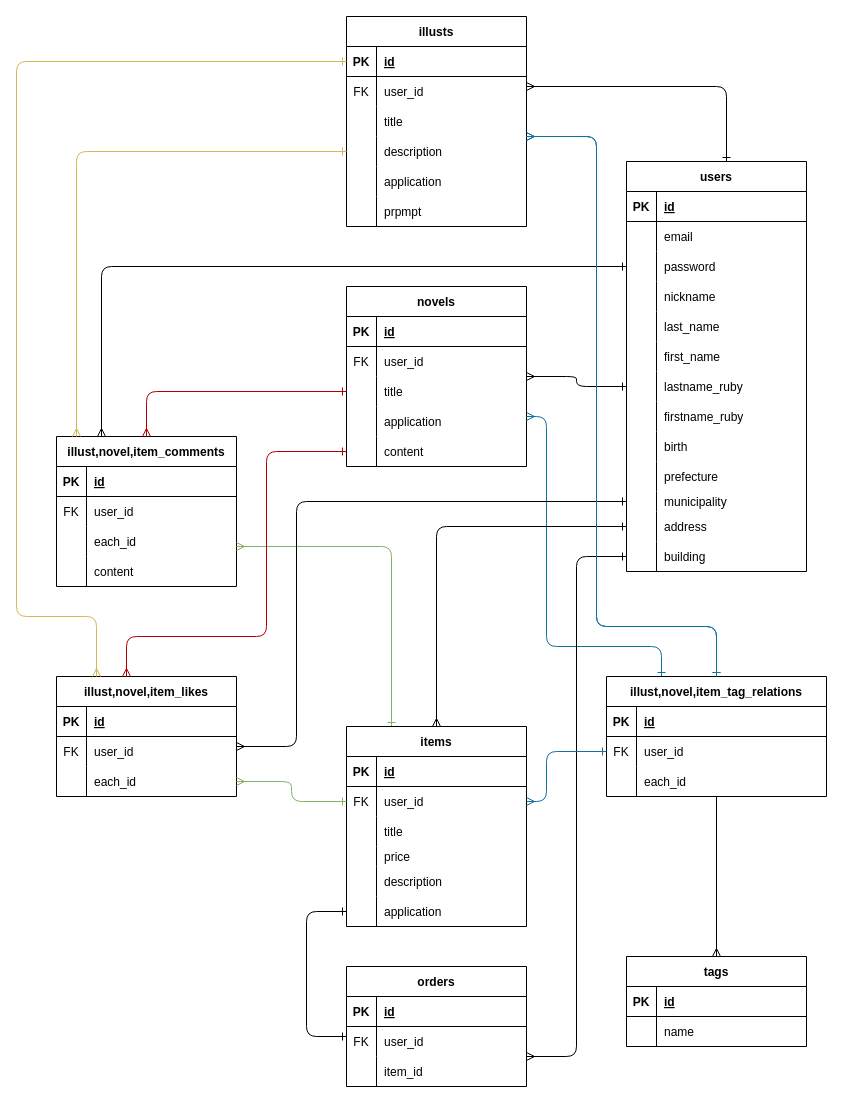
shotagithub/ailustration keeps this draw.io diagram as ailustrationER.dio. Above is the earlier version. Source tidied: cells renumbered, new cells numbered last; positions are measured from the earlier drawing's top-left corner, leaving out a move shared by most shapes. Both pictures are drawn from the tidied source at 100%, with x=0, y=0 at pixel (16, 16).
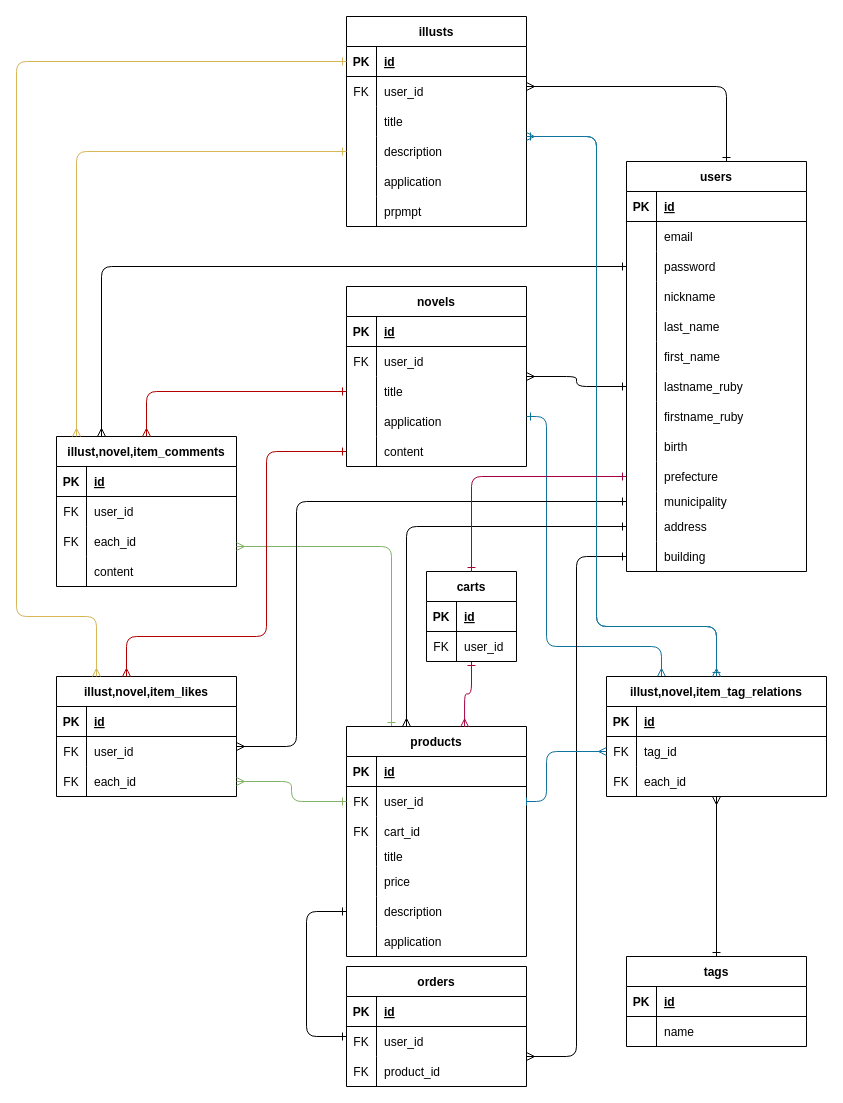
Above is the later version.

The change refers to these unchanged cells:
```xml
<mxCell id="12" style="shape=tableRow;horizontal=0;startSize=0;swimlaneHead=0;swimlaneBody=0;fillColor=none;points=[[0,0.5],[1,0.5]];portConstraint=eastwest;top=0;left=0;right=0;bottom=0;" parent="2" vertex="1">
  <mxGeometry y="120" width="180" height="30" as="geometry" />
</mxCell>
<mxCell id="18" value="illusts" style="shape=table;startSize=30;childLayout=tableLayout;rowLines=0;fontStyle=1;align=center;" parent="1" vertex="1">
  <mxGeometry x="330" width="180" height="210" as="geometry" />
</mxCell>
<mxCell id="44" style="shape=tableRow;horizontal=0;startSize=0;swimlaneHead=0;swimlaneBody=0;fillColor=none;top=0;left=0;right=0;bottom=0;" parent="37" vertex="1">
  <mxGeometry y="90" width="180" height="30" as="geometry" />
</mxCell>
<mxCell id="48" value="users" style="shape=table;startSize=30;childLayout=tableLayout;rowLines=0;fontStyle=1;align=center;" parent="1" vertex="1">
  <mxGeometry x="610" y="145" width="180" height="410" as="geometry" />
</mxCell>
<mxCell id="76" style="shape=tableRow;horizontal=0;startSize=0;swimlaneHead=0;swimlaneBody=0;fillColor=none;points=[[0,0.5],[1,0.5]];portConstraint=eastwest;top=0;left=0;right=0;bottom=0;" parent="48" vertex="1">
  <mxGeometry y="300" width="180" height="30" as="geometry" />
</mxCell>
<mxCell id="95" style="shape=tableRow;horizontal=0;startSize=0;swimlaneHead=0;swimlaneBody=0;fillColor=none;top=0;left=0;right=0;bottom=0;" parent="88" vertex="1">
  <mxGeometry y="90" width="180" height="30" as="geometry" />
</mxCell>
<mxCell id="106" style="shape=tableRow;horizontal=0;startSize=0;swimlaneHead=0;swimlaneBody=0;fillColor=none;points=[[0,0.5],[1,0.5]];portConstraint=eastwest;top=0;left=0;right=0;bottom=0;" parent="102" vertex="1">
  <mxGeometry y="60" width="180" height="30" as="geometry" />
</mxCell>
<mxCell id="109" style="shape=tableRow;horizontal=0;startSize=0;swimlaneHead=0;swimlaneBody=0;fillColor=none;top=0;left=0;right=0;bottom=0;" parent="102" vertex="1">
  <mxGeometry y="90" width="180" height="30" as="geometry" />
</mxCell>
<mxCell id="112" style="shape=tableRow;horizontal=0;startSize=0;swimlaneHead=0;swimlaneBody=0;fillColor=none;top=0;left=0;right=0;bottom=0;" parent="102" vertex="1">
  <mxGeometry y="120" width="180" height="20" as="geometry" />
</mxCell>
<mxCell id="115" style="shape=tableRow;horizontal=0;startSize=0;swimlaneHead=0;swimlaneBody=0;fillColor=none;top=0;left=0;right=0;bottom=0;" parent="102" vertex="1">
  <mxGeometry y="140" width="180" height="30" as="geometry" />
</mxCell>
<mxCell id="118" style="shape=tableRow;horizontal=0;startSize=0;swimlaneHead=0;swimlaneBody=0;fillColor=none;points=[[0,0.5],[1,0.5]];portConstraint=eastwest;top=0;left=0;right=0;bottom=0;" parent="102" vertex="1">
  <mxGeometry y="170" width="180" height="30" as="geometry" />
</mxCell>
<mxCell id="128" style="shape=tableRow;horizontal=0;startSize=0;swimlaneHead=0;swimlaneBody=0;fillColor=none;points=[[0,0.5],[1,0.5]];portConstraint=eastwest;top=0;left=0;right=0;bottom=0;" parent="121" vertex="1">
  <mxGeometry y="90" width="180" height="30" as="geometry" />
</mxCell>
<mxCell id="131" value="tags" style="shape=table;startSize=30;childLayout=tableLayout;rowLines=0;fontStyle=1;align=center;" parent="1" vertex="1">
  <mxGeometry x="610" y="940" width="180" height="90" as="geometry" />
</mxCell>
<mxCell id="140" value="illust,novel,item_tag_relations" style="shape=table;startSize=30;childLayout=tableLayout;rowLines=0;fontStyle=1;align=center;" parent="1" vertex="1">
  <mxGeometry x="590" y="660" width="220" height="120" as="geometry" />
</mxCell>
<mxCell id="144" style="shape=tableRow;horizontal=0;startSize=0;swimlaneHead=0;swimlaneBody=0;fillColor=none;points=[[0,0.5],[1,0.5]];portConstraint=eastwest;top=0;left=0;right=0;bottom=0;" parent="140" vertex="1">
  <mxGeometry y="60" width="220" height="30" as="geometry" />
</mxCell>
<mxCell id="147" style="shape=tableRow;horizontal=0;startSize=0;swimlaneHead=0;swimlaneBody=0;fillColor=none;points=[[0,0.5],[1,0.5]];portConstraint=eastwest;top=0;left=0;right=0;bottom=0;" parent="140" vertex="1">
  <mxGeometry y="90" width="220" height="30" as="geometry" />
</mxCell>
```

Diff of the diagram source:
```diff
@@
-    <mxCell id="45" style="shape=partialRectangle;fillColor=none;top=0;left=0;bottom=0;right=0;overflow=hidden;" parent="44" vertex="1">
+    <mxCell id="45" value="FK" style="shape=partialRectangle;fillColor=none;top=0;left=0;bottom=0;right=0;overflow=hidden;" parent="44" vertex="1">
       <mxGeometry width="30" height="30" as="geometry" />
     </mxCell>
-    <mxCell id="46" value="item_id" style="shape=partialRectangle;fillColor=none;top=0;left=0;bottom=0;right=0;align=left;spacingLeft=6;overflow=hidden;" parent="44" vertex="1">
+    <mxCell id="46" value="product_id" style="shape=partialRectangle;fillColor=none;top=0;left=0;bottom=0;right=0;align=left;spacingLeft=6;overflow=hidden;" parent="44" vertex="1">
       <mxGeometry x="30" width="150" height="30" as="geometry" />
     </mxCell>
@@
-    <mxCell id="96" style="shape=partialRectangle;fillColor=none;top=0;left=0;bottom=0;right=0;overflow=hidden;" parent="95" vertex="1">
+    <mxCell id="96" value="FK" style="shape=partialRectangle;fillColor=none;top=0;left=0;bottom=0;right=0;overflow=hidden;" parent="95" vertex="1">
       <mxGeometry width="30" height="30" as="geometry" />
     </mxCell>
@@
-    <mxCell id="102" value="items" style="shape=table;startSize=30;childLayout=tableLayout;rowLines=0;fontStyle=1;align=center;" parent="1" vertex="1">
-      <mxGeometry x="330" y="710" width="180" height="200" as="geometry" />
+    <mxCell id="102" value="products" style="shape=table;startSize=30;childLayout=tableLayout;rowLines=0;fontStyle=1;align=center;" parent="1" vertex="1">
+      <mxGeometry x="330" y="710" width="180" height="230" as="geometry" />
     </mxCell>
@@
-    <mxCell id="110" style="shape=partialRectangle;fillColor=none;top=0;left=0;bottom=0;right=0;overflow=hidden;" parent="109" vertex="1">
+    <mxCell id="110" value="FK" style="shape=partialRectangle;fillColor=none;top=0;left=0;bottom=0;right=0;overflow=hidden;" parent="109" vertex="1">
       <mxGeometry width="30" height="30" as="geometry" />
     </mxCell>
-    <mxCell id="111" value="title" style="shape=partialRectangle;fillColor=none;top=0;left=0;bottom=0;right=0;align=left;spacingLeft=6;overflow=hidden;" parent="109" vertex="1">
+    <mxCell id="111" value="cart_id" style="shape=partialRectangle;fillColor=none;top=0;left=0;bottom=0;right=0;align=left;spacingLeft=6;overflow=hidden;" parent="109" vertex="1">
       <mxGeometry x="30" width="150" height="30" as="geometry" />
     </mxCell>
@@
-    <mxCell id="114" value="price" style="shape=partialRectangle;fillColor=none;top=0;left=0;bottom=0;right=0;align=left;spacingLeft=6;overflow=hidden;" parent="112" vertex="1">
+    <mxCell id="114" value="title" style="shape=partialRectangle;fillColor=none;top=0;left=0;bottom=0;right=0;align=left;spacingLeft=6;overflow=hidden;" parent="112" vertex="1">
       <mxGeometry x="30" width="150" height="20" as="geometry" />
     </mxCell>
@@
-    <mxCell id="117" value="description" style="shape=partialRectangle;fillColor=none;top=0;left=0;bottom=0;right=0;align=left;spacingLeft=6;overflow=hidden;" parent="115" vertex="1">
+    <mxCell id="117" value="price" style="shape=partialRectangle;fillColor=none;top=0;left=0;bottom=0;right=0;align=left;spacingLeft=6;overflow=hidden;" parent="115" vertex="1">
       <mxGeometry x="30" width="150" height="30" as="geometry" />
     </mxCell>
@@
-    <mxCell id="120" value="application" style="shape=partialRectangle;fillColor=none;top=0;left=0;bottom=0;right=0;align=left;spacingLeft=6;overflow=hidden;" parent="118" vertex="1">
+    <mxCell id="120" value="description" style="shape=partialRectangle;fillColor=none;top=0;left=0;bottom=0;right=0;align=left;spacingLeft=6;overflow=hidden;" parent="118" vertex="1">
       <mxGeometry x="30" width="150" height="30" as="geometry" />
     </mxCell>
+    <mxCell id="164" style="shape=tableRow;horizontal=0;startSize=0;swimlaneHead=0;swimlaneBody=0;fillColor=none;top=0;left=0;right=0;bottom=0;" parent="102" vertex="1">
+      <mxGeometry y="200" width="180" height="30" as="geometry" />
+    </mxCell>
+    <mxCell id="165" style="shape=partialRectangle;fillColor=none;top=0;left=0;bottom=0;right=0;overflow=hidden;" parent="164" vertex="1">
+      <mxGeometry width="30" height="30" as="geometry" />
+    </mxCell>
+    <mxCell id="166" value="application" style="shape=partialRectangle;fillColor=none;top=0;left=0;bottom=0;right=0;align=left;spacingLeft=6;overflow=hidden;" parent="164" vertex="1">
+      <mxGeometry x="30" width="150" height="30" as="geometry" />
+    </mxCell>
@@
-    <mxCell id="129" style="shape=partialRectangle;fillColor=none;top=0;left=0;bottom=0;right=0;overflow=hidden;" parent="128" vertex="1">
+    <mxCell id="129" value="FK" style="shape=partialRectangle;fillColor=none;top=0;left=0;bottom=0;right=0;overflow=hidden;" parent="128" vertex="1">
       <mxGeometry width="30" height="30" as="geometry" />
     </mxCell>
@@
-    <mxCell id="139" style="edgeStyle=orthogonalEdgeStyle;html=1;exitX=0.25;exitY=0;exitDx=0;exitDy=0;startArrow=ERone;startFill=0;endArrow=ERmany;endFill=0;fillColor=#b1ddf0;strokeColor=#10739e;" parent="1" edge="1" source="140" target="12">
+    <mxCell id="139" style="edgeStyle=orthogonalEdgeStyle;html=1;exitX=0.25;exitY=0;exitDx=0;exitDy=0;startArrow=ERmany;startFill=0;endArrow=ERone;endFill=0;fillColor=#b1ddf0;strokeColor=#10739e;" parent="1" edge="1" source="140" target="12">
       <mxGeometry relative="1" as="geometry">
         <Array as="points">
           <mxPoint x="645" y="630" />
           <mxPoint x="530" y="630" />
           <mxPoint x="530" y="400" />
         </Array>
       </mxGeometry>
     </mxCell>
@@
-    <mxCell id="146" value="user_id" style="shape=partialRectangle;fillColor=none;top=0;left=0;bottom=0;right=0;align=left;spacingLeft=6;overflow=hidden;" parent="144" vertex="1">
+    <mxCell id="146" value="tag_id" style="shape=partialRectangle;fillColor=none;top=0;left=0;bottom=0;right=0;align=left;spacingLeft=6;overflow=hidden;" parent="144" vertex="1">
       <mxGeometry x="30" width="190" height="30" as="geometry" />
     </mxCell>
@@
-    <mxCell id="148" style="shape=partialRectangle;fillColor=none;top=0;left=0;bottom=0;right=0;overflow=hidden;" parent="147" vertex="1">
+    <mxCell id="148" value="FK" style="shape=partialRectangle;fillColor=none;top=0;left=0;bottom=0;right=0;overflow=hidden;" parent="147" vertex="1">
       <mxGeometry width="30" height="30" as="geometry" />
     </mxCell>
@@
     <mxCell id="151" style="edgeStyle=orthogonalEdgeStyle;html=1;startArrow=ERone;startFill=0;endArrow=ERmany;endFill=0;fillColor=none;" parent="1" edge="1" source="48" target="102">
       <mxGeometry relative="1" as="geometry">
         <Array as="points">
-          <mxPoint x="420" y="510" />
+          <mxPoint x="390" y="510" />
         </Array>
       </mxGeometry>
     </mxCell>
@@
-    <mxCell id="160" style="edgeStyle=orthogonalEdgeStyle;html=1;startArrow=ERone;startFill=0;endArrow=ERmany;endFill=0;fillColor=#b1ddf0;strokeColor=#10739e;" parent="1" edge="1" source="140" target="18">
+    <mxCell id="160" style="edgeStyle=orthogonalEdgeStyle;html=1;startArrow=ERmany;startFill=0;endArrow=ERone;endFill=0;fillColor=#b1ddf0;strokeColor=#10739e;" parent="1" edge="1" source="140" target="18">
       <mxGeometry relative="1" as="geometry">
         <Array as="points">
           <mxPoint x="700" y="610" />
           <mxPoint x="580" y="610" />
           <mxPoint x="580" y="120" />
         </Array>
       </mxGeometry>
     </mxCell>
-    <mxCell id="161" style="edgeStyle=orthogonalEdgeStyle;html=1;exitX=0;exitY=0.5;exitDx=0;exitDy=0;startArrow=ERone;startFill=0;endArrow=ERmany;endFill=0;fillColor=#b1ddf0;strokeColor=#10739e;" parent="1" edge="1" source="144" target="106">
+    <mxCell id="161" style="edgeStyle=orthogonalEdgeStyle;html=1;exitX=0;exitY=0.5;exitDx=0;exitDy=0;startArrow=ERmany;startFill=0;endArrow=baseDash;endFill=0;fillColor=#b1ddf0;strokeColor=#10739e;" parent="1" edge="1" source="144" target="106">
       <mxGeometry relative="1" as="geometry">
         <Array as="points">
           <mxPoint x="530" y="735" />
           <mxPoint x="530" y="785" />
         </Array>
       </mxGeometry>
     </mxCell>
@@
-    <mxCell id="163" style="edgeStyle=none;html=1;entryX=0.5;entryY=0;entryDx=0;entryDy=0;endArrow=ERmany;endFill=0;" parent="1" edge="1" source="147" target="131">
+    <mxCell id="163" style="edgeStyle=none;html=1;entryX=0.5;entryY=0;entryDx=0;entryDy=0;endArrow=ERone;endFill=0;startArrow=ERmany;startFill=0;" parent="1" edge="1" source="147" target="131">
       <mxGeometry relative="1" as="geometry" />
     </mxCell>
+    <mxCell id="167" style="html=1;startArrow=ERone;startFill=0;endArrow=ERmany;endFill=0;entryX=0.656;entryY=0.002;entryDx=0;entryDy=0;entryPerimeter=0;edgeStyle=orthogonalEdgeStyle;fillColor=#d80073;strokeColor=#A50040;" parent="1" edge="1" source="168" target="102">
+      <mxGeometry relative="1" as="geometry" />
+    </mxCell>
+    <mxCell id="168" value="carts" style="shape=table;startSize=30;childLayout=tableLayout;rowLines=0;fontStyle=1;align=center;" parent="1" vertex="1">
+      <mxGeometry x="410" y="555" width="90" height="90" as="geometry" />
+    </mxCell>
+    <mxCell id="169" style="shape=tableRow;horizontal=0;startSize=0;swimlaneHead=0;swimlaneBody=0;fillColor=none;top=0;left=0;right=0;bottom=1;" parent="168" vertex="1">
+      <mxGeometry y="30" width="90" height="30" as="geometry" />
+    </mxCell>
+    <mxCell id="170" value="PK" style="shape=partialRectangle;fillColor=none;top=0;left=0;bottom=0;right=0;fontStyle=1;overflow=hidden;" parent="169" vertex="1">
+      <mxGeometry width="30" height="30" as="geometry" />
+    </mxCell>
+    <mxCell id="171" value="id" style="shape=partialRectangle;fillColor=none;top=0;left=0;bottom=0;right=0;align=left;spacingLeft=6;fontStyle=5;overflow=hidden;" parent="169" vertex="1">
+      <mxGeometry x="30" width="60" height="30" as="geometry" />
+    </mxCell>
+    <mxCell id="172" style="shape=tableRow;horizontal=0;startSize=0;swimlaneHead=0;swimlaneBody=0;fillColor=none;top=0;left=0;right=0;bottom=0;" parent="168" vertex="1">
+      <mxGeometry y="60" width="90" height="30" as="geometry" />
+    </mxCell>
+    <mxCell id="173" value="FK" style="shape=partialRectangle;fillColor=none;top=0;left=0;bottom=0;right=0;overflow=hidden;" parent="172" vertex="1">
+      <mxGeometry width="30" height="30" as="geometry" />
+    </mxCell>
+    <mxCell id="174" value="user_id" style="shape=partialRectangle;fillColor=none;top=0;left=0;bottom=0;right=0;align=left;spacingLeft=6;overflow=hidden;" parent="172" vertex="1">
+      <mxGeometry x="30" width="60" height="30" as="geometry" />
+    </mxCell>
+    <mxCell id="175" style="edgeStyle=orthogonalEdgeStyle;html=1;startArrow=ERone;startFill=0;endArrow=ERone;endFill=0;entryX=0.5;entryY=0;entryDx=0;entryDy=0;fillColor=#d80073;strokeColor=#A50040;" parent="1" edge="1" source="76" target="168">
+      <mxGeometry relative="1" as="geometry" />
+    </mxCell>
```
